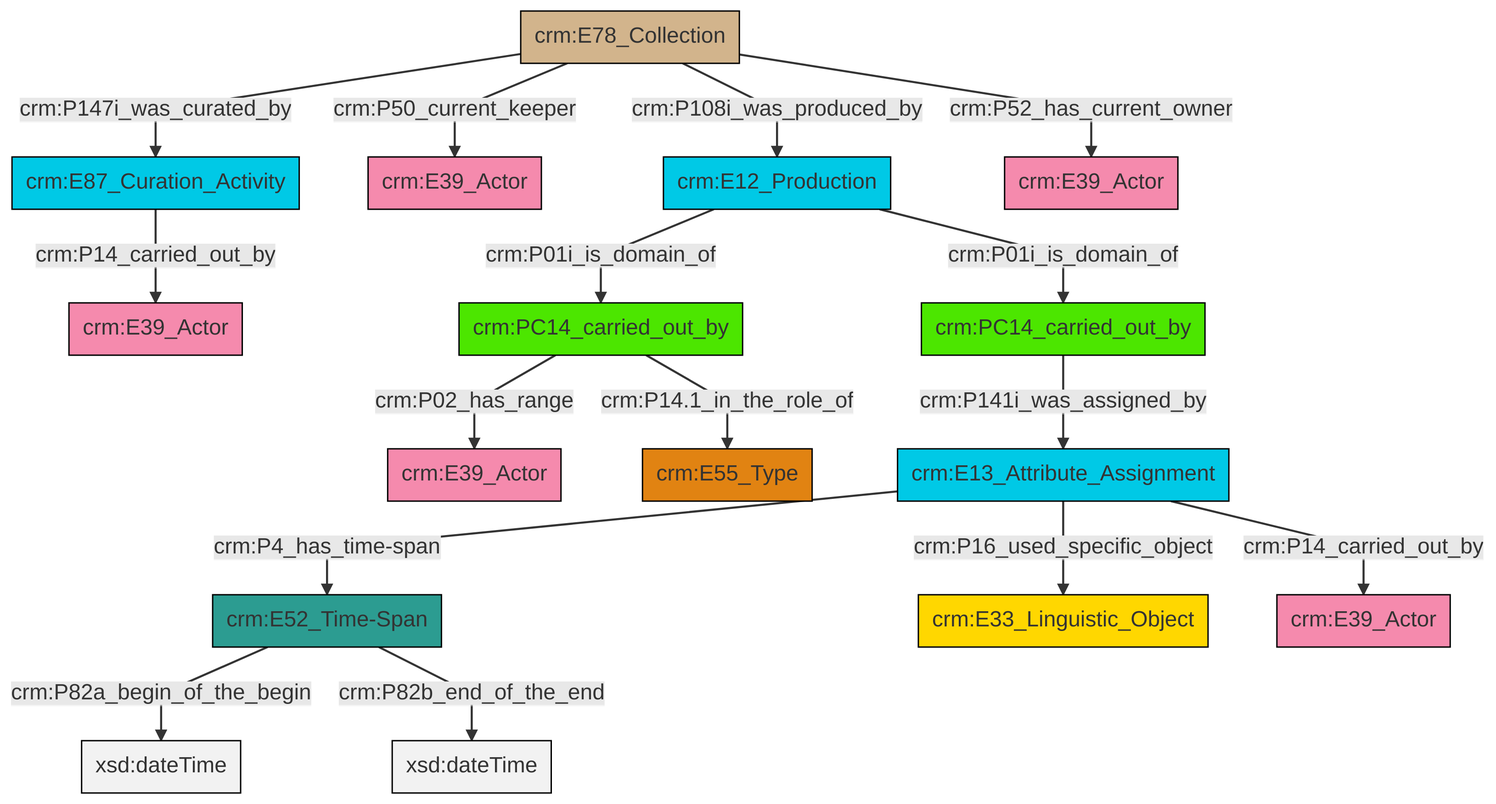
Before: et/archivalCSV/ttl/mmd/png/archival_relation.png, a diagram exported from Mermaid (swiss-art-research-net/docs.swissartresearch). Its source is kept beside it as et/archivalCSV/ttl/mmd/archival_relation.ttl.mmd.
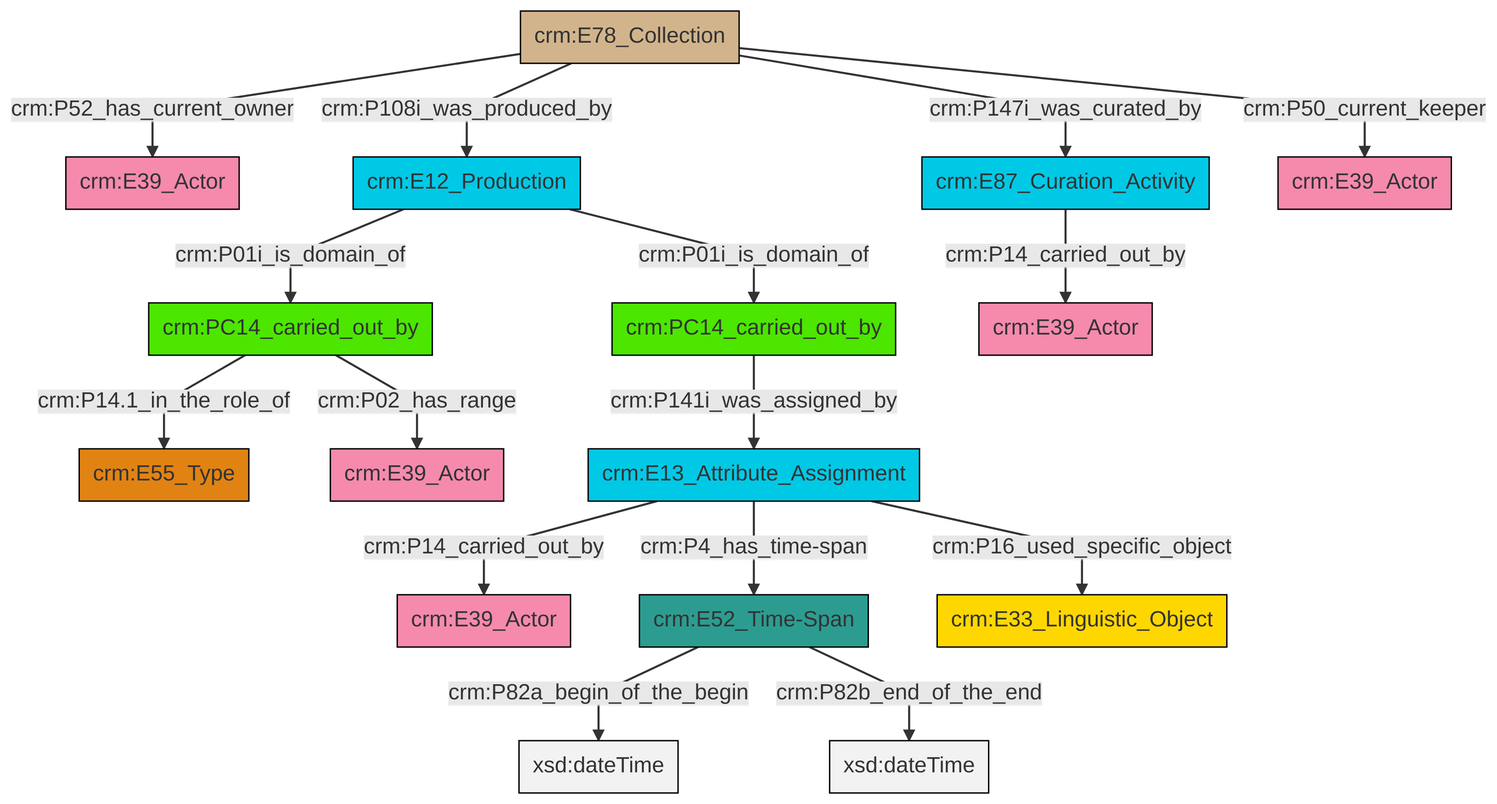
Above is the later version.

What changed in the source:
```diff
@@ -13,18 +13,18 @@
 classDef PC_Classes fill:#4ce600, stroke:#000000;
 classDef Multi fill:#cccccc,stroke:#000000;
 
-0["crm:PC14_carried_out_by"]:::PC_Classes -->|crm:P02_has_range| 1["crm:E39_Actor"]:::Actor
-7["crm:E13_Attribute_Assignment"]:::Temporal_Entity -->|crm:P4_has_time-span| 8["crm:E52_Time-Span"]:::Time-Span
-9["crm:E78_Collection"]:::Physical_Thing -->|crm:P147i_was_curated_by| 10["crm:E87_Curation_Activity"]:::Temporal_Entity
-0["crm:PC14_carried_out_by"]:::PC_Classes -->|crm:P14.1_in_the_role_of| 11["crm:E55_Type"]:::Type
-12["crm:PC14_carried_out_by"]:::PC_Classes -->|crm:P141i_was_assigned_by| 7["crm:E13_Attribute_Assignment"]:::Temporal_Entity
-7["crm:E13_Attribute_Assignment"]:::Temporal_Entity -->|crm:P16_used_specific_object| 2["crm:E33_Linguistic_Object"]:::Conceptual_Object
-7["crm:E13_Attribute_Assignment"]:::Temporal_Entity -->|crm:P14_carried_out_by| 16["crm:E39_Actor"]:::Actor
-9["crm:E78_Collection"]:::Physical_Thing -->|crm:P50_current_keeper| 17["crm:E39_Actor"]:::Actor
-18["crm:E12_Production"]:::Temporal_Entity -->|crm:P01i_is_domain_of| 0["crm:PC14_carried_out_by"]:::PC_Classes
-8["crm:E52_Time-Span"]:::Time-Span -->|crm:P82a_begin_of_the_begin| 20[xsd:dateTime]:::Literal
-10["crm:E87_Curation_Activity"]:::Temporal_Entity -->|crm:P14_carried_out_by| 22["crm:E39_Actor"]:::Actor
-9["crm:E78_Collection"]:::Physical_Thing -->|crm:P108i_was_produced_by| 18["crm:E12_Production"]:::Temporal_Entity
-18["crm:E12_Production"]:::Temporal_Entity -->|crm:P01i_is_domain_of| 12["crm:PC14_carried_out_by"]:::PC_Classes
-8["crm:E52_Time-Span"]:::Time-Span -->|crm:P82b_end_of_the_end| 27[xsd:dateTime]:::Literal
-9["crm:E78_Collection"]:::Physical_Thing -->|crm:P52_has_current_owner| 5["crm:E39_Actor"]:::Actor
+4["crm:PC14_carried_out_by"]:::PC_Classes -->|crm:P14.1_in_the_role_of| 5["crm:E55_Type"]:::Type
+4["crm:PC14_carried_out_by"]:::PC_Classes -->|crm:P02_has_range| 8["crm:E39_Actor"]:::Actor
+10["crm:E78_Collection"]:::Physical_Thing -->|crm:P147i_was_curated_by| 6["crm:E87_Curation_Activity"]:::Temporal_Entity
+13["crm:E52_Time-Span"]:::Time-Span -->|crm:P82a_begin_of_the_begin| 14[xsd:dateTime]:::Literal
+6["crm:E87_Curation_Activity"]:::Temporal_Entity -->|crm:P14_carried_out_by| 15["crm:E39_Actor"]:::Actor
+16["crm:E13_Attribute_Assignment"]:::Temporal_Entity -->|crm:P16_used_specific_object| 18["crm:E33_Linguistic_Object"]:::Conceptual_Object
+19["crm:E12_Production"]:::Temporal_Entity -->|crm:P01i_is_domain_of| 4["crm:PC14_carried_out_by"]:::PC_Classes
+10["crm:E78_Collection"]:::Physical_Thing -->|crm:P50_current_keeper| 20["crm:E39_Actor"]:::Actor
+10["crm:E78_Collection"]:::Physical_Thing -->|crm:P52_has_current_owner| 0["crm:E39_Actor"]:::Actor
+16["crm:E13_Attribute_Assignment"]:::Temporal_Entity -->|crm:P4_has_time-span| 13["crm:E52_Time-Span"]:::Time-Span
+16["crm:E13_Attribute_Assignment"]:::Temporal_Entity -->|crm:P14_carried_out_by| 2["crm:E39_Actor"]:::Actor
+10["crm:E78_Collection"]:::Physical_Thing -->|crm:P108i_was_produced_by| 19["crm:E12_Production"]:::Temporal_Entity
+11["crm:PC14_carried_out_by"]:::PC_Classes -->|crm:P141i_was_assigned_by| 16["crm:E13_Attribute_Assignment"]:::Temporal_Entity
+13["crm:E52_Time-Span"]:::Time-Span -->|crm:P82b_end_of_the_end| 26[xsd:dateTime]:::Literal
+19["crm:E12_Production"]:::Temporal_Entity -->|crm:P01i_is_domain_of| 11["crm:PC14_carried_out_by"]:::PC_Classes
```
